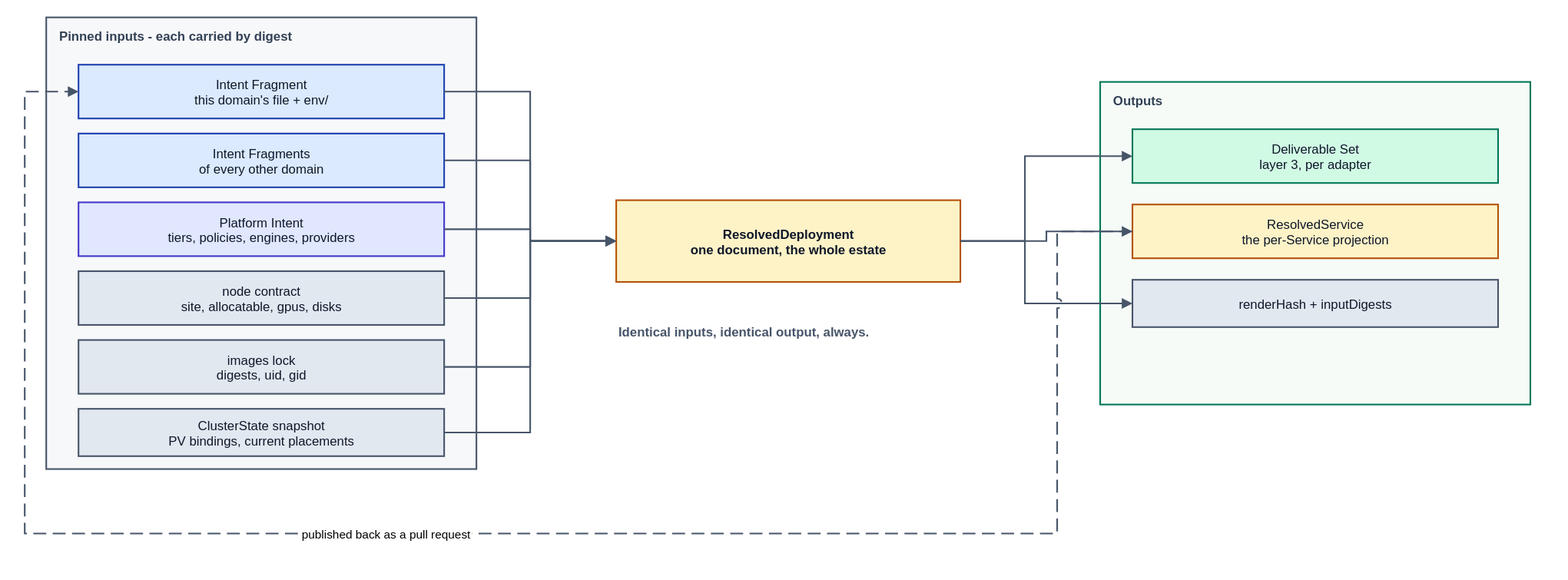
JorisJonkers-dev/deploy-kit keeps this draw.io diagram as spec/v1/diagrams/20-resolved-deployment-io.drawio.svg. Above is the earlier version. Source tidied: cells renumbered, new cells last; positions are measured from the earlier drawing's top-left corner, leaving out a move shared by most shapes.
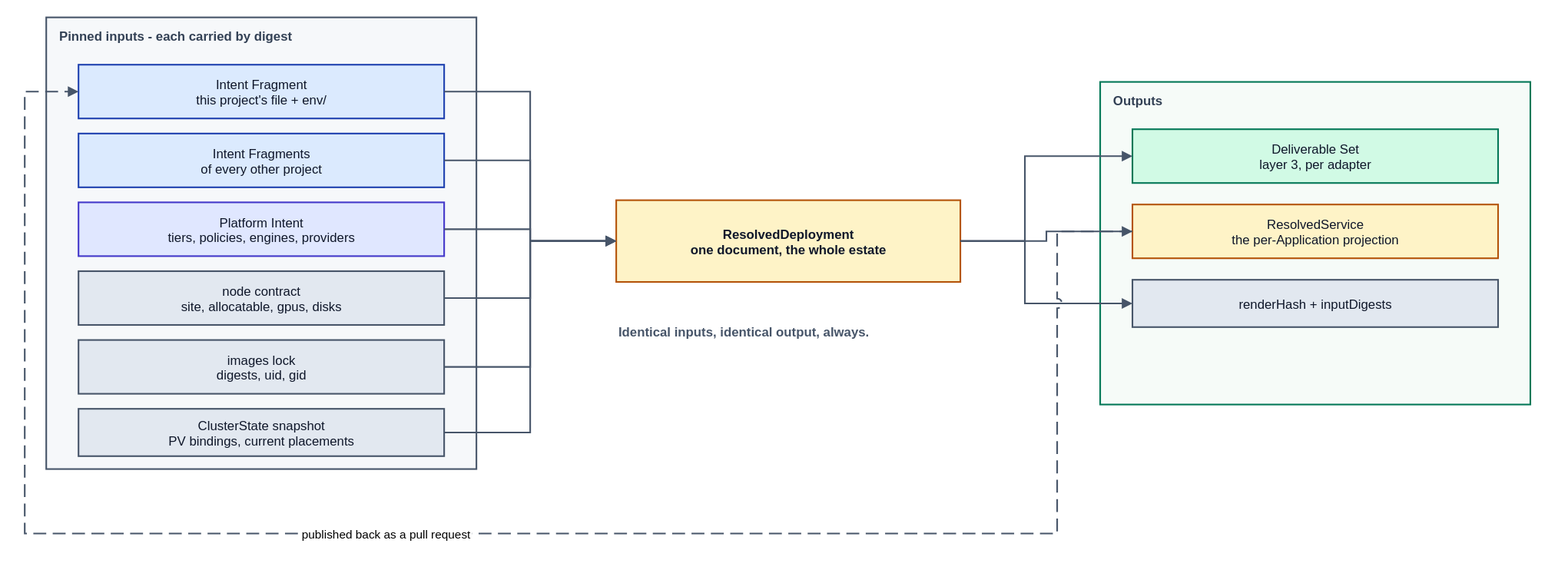
The same file after the commit.

Change to the diagram source:
```diff
@@ -8,10 +8,10 @@
     <mxCell id="3" value="Outputs" style="rounded=0;whiteSpace=nowrap;html=0;fillColor=#f6fbf8;strokeColor=#047857;strokeWidth=1.5;verticalAlign=top;align=left;spacingLeft=10;spacingTop=4;fontStyle=1;fontSize=12;fontFamily=Helvetica;fontColor=#334155;" parent="1" vertex="1">
       <mxGeometry x="1000" y="60" width="400" height="300" as="geometry" />
     </mxCell>
-    <mxCell id="4" value="Intent Fragment&#10;this domain's file + env/" style="rounded=0;whiteSpace=nowrap;html=0;align=center;verticalAlign=middle;fillColor=#dbeafe;strokeColor=#1e40af;strokeWidth=1.5;fontFamily=Helvetica;fontSize=12;fontColor=#0f172a;" parent="1" vertex="1">
+    <mxCell id="4" value="Intent Fragment&#10;this project's file + env/" style="rounded=0;whiteSpace=nowrap;html=0;align=center;verticalAlign=middle;fillColor=#dbeafe;strokeColor=#1e40af;strokeWidth=1.5;fontFamily=Helvetica;fontSize=12;fontColor=#0f172a;" parent="1" vertex="1">
       <mxGeometry x="50" y="44" width="340" height="50" as="geometry" />
     </mxCell>
-    <mxCell id="5" value="Intent Fragments&#10;of every other domain" style="rounded=0;whiteSpace=nowrap;html=0;align=center;verticalAlign=middle;fillColor=#dbeafe;strokeColor=#1e40af;strokeWidth=1.5;fontFamily=Helvetica;fontSize=12;fontColor=#0f172a;" parent="1" vertex="1">
+    <mxCell id="5" value="Intent Fragments&#10;of every other project" style="rounded=0;whiteSpace=nowrap;html=0;align=center;verticalAlign=middle;fillColor=#dbeafe;strokeColor=#1e40af;strokeWidth=1.5;fontFamily=Helvetica;fontSize=12;fontColor=#0f172a;" parent="1" vertex="1">
       <mxGeometry x="50" y="108" width="340" height="50" as="geometry" />
     </mxCell>
     <mxCell id="6" value="Platform Intent&#10;tiers, policies, engines, providers" style="rounded=0;whiteSpace=nowrap;html=0;align=center;verticalAlign=middle;fillColor=#e0e7ff;strokeColor=#4338ca;strokeWidth=1.5;fontFamily=Helvetica;fontSize=12;fontColor=#0f172a;" parent="1" vertex="1">
@@ -32,7 +32,7 @@
     <mxCell id="11" value="Deliverable Set&#10;layer 3, per adapter" style="rounded=0;whiteSpace=nowrap;html=0;align=center;verticalAlign=middle;fillColor=#d1fae5;strokeColor=#047857;strokeWidth=1.5;fontFamily=Helvetica;fontSize=12;fontColor=#0f172a;" parent="1" vertex="1">
       <mxGeometry x="1030" y="104" width="340" height="50" as="geometry" />
     </mxCell>
-    <mxCell id="12" value="ResolvedService&#10;the per-Service projection" style="rounded=0;whiteSpace=nowrap;html=0;align=center;verticalAlign=middle;fillColor=#fef3c7;strokeColor=#b45309;strokeWidth=1.5;fontFamily=Helvetica;fontSize=12;fontColor=#0f172a;" parent="1" vertex="1">
+    <mxCell id="12" value="ResolvedService&#10;the per-Application projection" style="rounded=0;whiteSpace=nowrap;html=0;align=center;verticalAlign=middle;fillColor=#fef3c7;strokeColor=#b45309;strokeWidth=1.5;fontFamily=Helvetica;fontSize=12;fontColor=#0f172a;" parent="1" vertex="1">
       <mxGeometry x="1030" y="174" width="340" height="50" as="geometry" />
     </mxCell>
     <mxCell id="13" value="renderHash  +  inputDigests" style="rounded=0;whiteSpace=nowrap;html=0;align=center;verticalAlign=middle;fillColor=#e2e8f0;strokeColor=#475569;strokeWidth=1.5;fontFamily=Helvetica;fontSize=12;fontColor=#0f172a;" parent="1" vertex="1">
```
